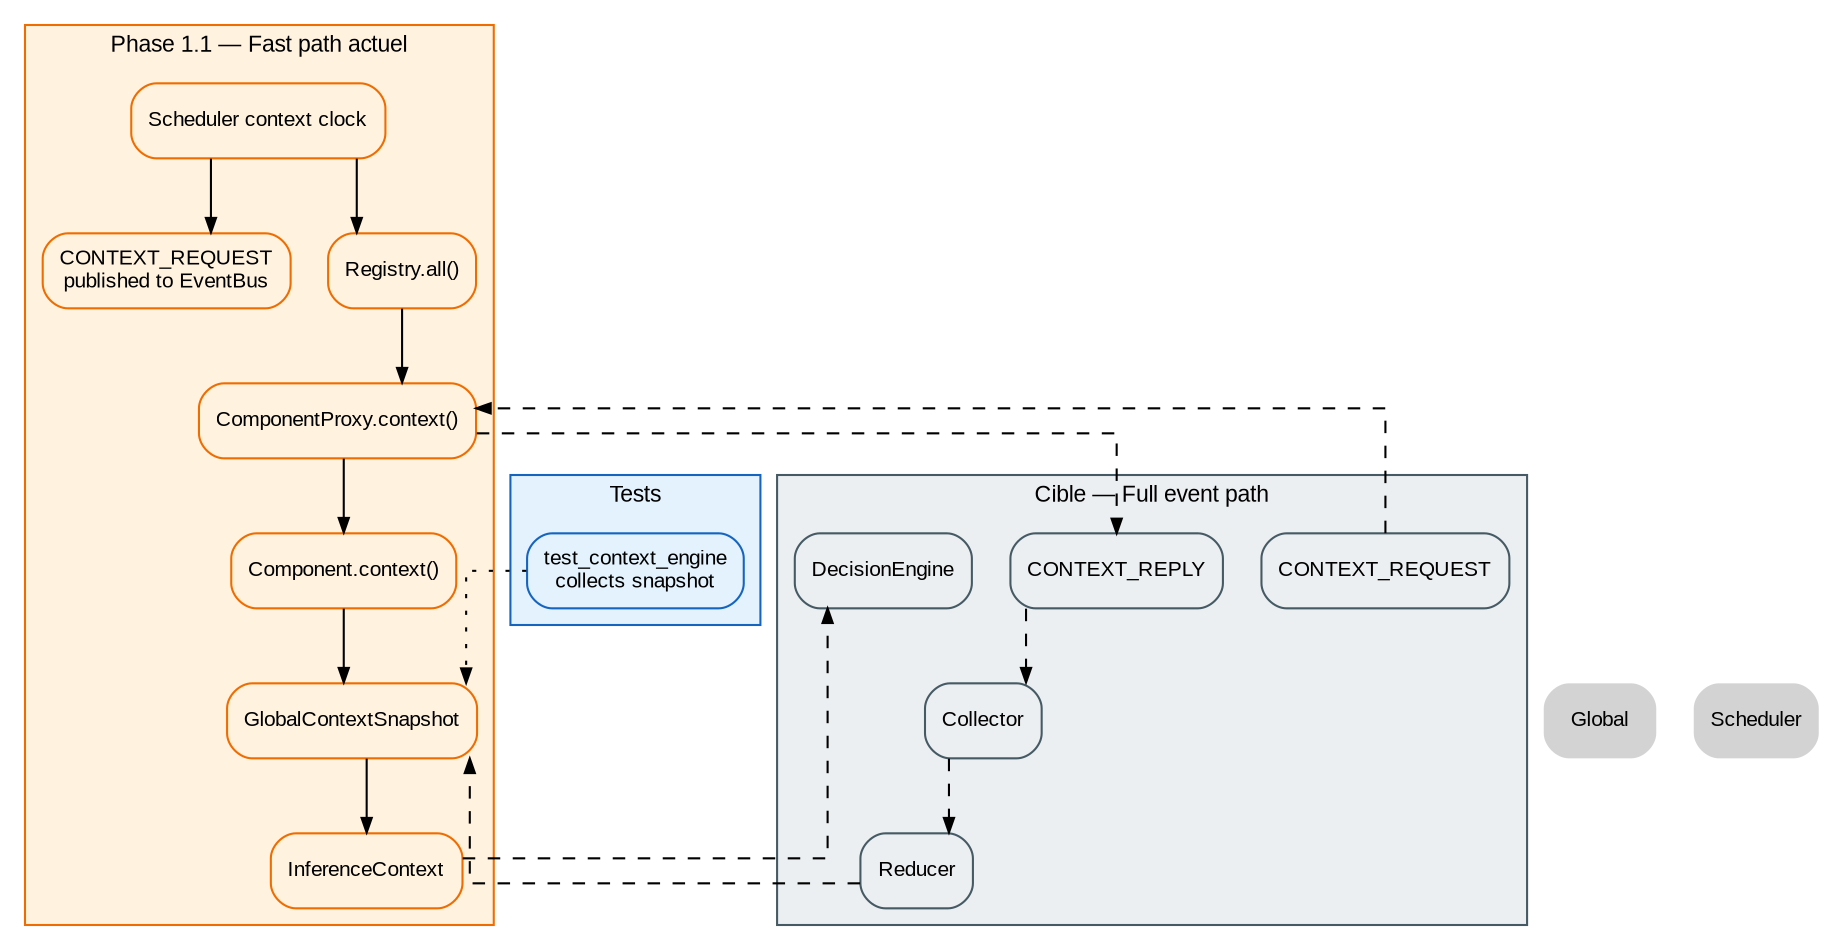
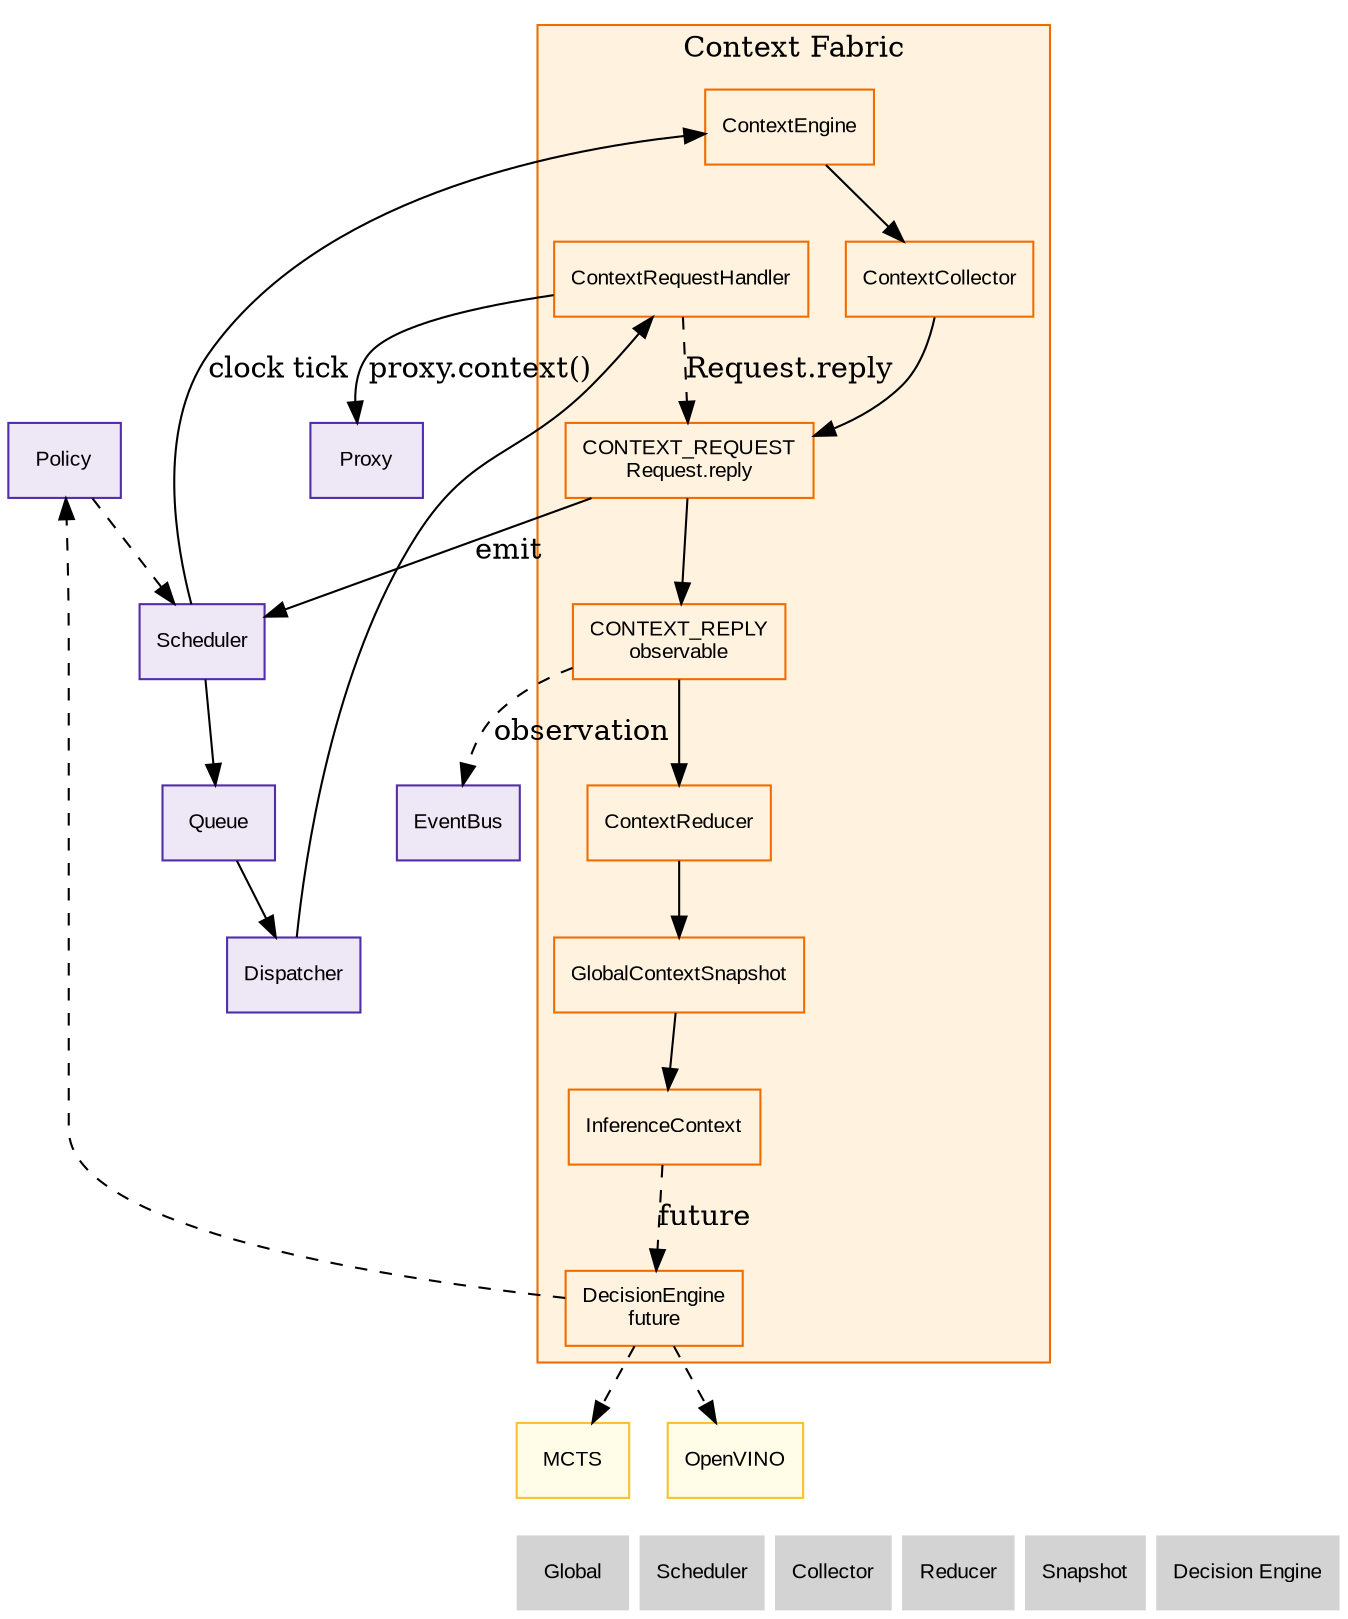
digraph Context {
    rankdir=TB;
-     splines=ortho;
-     compound=true;
+     node [shape=box, style=filled, fontname="Arial", fontsize=10];

-     graph [fontname="Arial", fontsize=11];
-     node  [shape=box, style="rounded,filled", fontname="Arial", fontsize=10];
-     edge  [fontname="Arial", fontsize=9, arrowsize=0.7];
+     // ROADMAP_NOTE[phase1_2bis]:
+     // Le fast path Registry -> proxy.context() a été remplacé par une collecte
+     // événementielle. Le ContextRequestHandler touche toujours le ComponentProxy,
+     // jamais le composant réel directement.

-     subgraph cluster_current {
-         label="Phase 1.1 — Fast path actuel";
+     subgraph cluster_context {
+         label="Context Fabric";
        color="#ef6c00";
        bgcolor="#fff3e0";
        node [fillcolor="#fff3e0", color="#ef6c00"];
-         Clock [label="Scheduler context clock"];
-         Request [label="CONTEXT_REQUEST\npublished to EventBus"];
-         Registry [label="Registry.all()"];
-         Proxy [label="ComponentProxy.context()"];
-         Component [label="Component.context()"];
-         Snapshot [label="GlobalContextSnapshot"];
-         Inference [label="InferenceContext"];
+ 
+         Engine [label="ContextEngine"];
+         Collector [label="ContextCollector", URL="collector/21_collector.svg"];
+         Request [label="CONTEXT_REQUEST\nRequest.reply"];
+         Handler [label="ContextRequestHandler"];
+         Reply [label="CONTEXT_REPLY\nobservable"];
+         Reducer [label="ContextReducer", URL="reducer/22_reducer.svg"];
+         Snapshot [label="GlobalContextSnapshot", URL="snapshot/23_snapshot.svg"];
+         Inference [label="InferenceContext", URL="snapshot/23_snapshot.svg"];
+         Decision [label="DecisionEngine\nfuture", URL="decision_engine/24_decision_engine.svg"];
    }

-     subgraph cluster_future {
-         label="Cible — Full event path";
-         color="#455a64";
-         bgcolor="#eceff1";
-         node [fillcolor="#eceff1", color="#455a64"];
-         CReq [label="CONTEXT_REQUEST"];
-         CReply [label="CONTEXT_REPLY"];
-         Collector;
-         Reducer;
-         Decision [label="DecisionEngine"];
-     }
+     Scheduler [fillcolor="#ede7f6", color="#512da8", URL="../scheduler/10_scheduler.svg"];
+     Queue [fillcolor="#ede7f6", color="#512da8", URL="../scheduler/10_scheduler.svg"];
+     Dispatcher [fillcolor="#ede7f6", color="#512da8", URL="../scheduler/10_scheduler.svg"];
+     Proxy [fillcolor="#ede7f6", color="#512da8", URL="../scheduler/component_proxy/14_component_proxy.svg"];
+     EventBus [fillcolor="#ede7f6", color="#512da8", URL="../scheduler/event_bus/12_event_bus.svg"];
+     Policy [fillcolor="#ede7f6", color="#512da8", URL="../scheduler/10_scheduler.svg"];
+     MCTS [fillcolor="#fffde7", color="#fbc02d", URL="../learning/60_learning.svg"];
+     OpenVINO [fillcolor="#fffde7", color="#fbc02d", URL="../services/30_services.svg"];

-     subgraph cluster_tests {
-         label="Tests";
-         color="#1565c0";
-         bgcolor="#e3f2fd";
-         node [fillcolor="#e3f2fd", color="#1565c0"];
-         TestContext [label="test_context_engine\ncollects snapshot"];
-     }
- 
-     Clock -> Request;
-     Clock -> Registry;
-     Registry -> Proxy;
-     Proxy -> Component;
-     Component -> Snapshot;
+     Scheduler -> Engine [label="clock tick"];
+     Engine -> Collector;
+     Collector -> Request;
+     Request -> Scheduler [label="emit"];
+     Scheduler -> Queue;
+     Queue -> Dispatcher;
+     Dispatcher -> Handler;
+     Handler -> Proxy [label="proxy.context()"];
+     Handler -> Request [label="Request.reply", style=dashed];
+     Request -> Reply;
+     Reply -> EventBus [style=dashed, label="observation"];
+     Reply -> Reducer;
+     Reducer -> Snapshot;
    Snapshot -> Inference;
- 
-     CReq -> Proxy [style=dashed];
-     Proxy -> CReply [style=dashed];
-     CReply -> Collector [style=dashed];
-     Collector -> Reducer [style=dashed];
-     Reducer -> Snapshot [style=dashed];
-     Inference -> Decision [style=dashed];
- 
-     TestContext -> Snapshot [style=dotted];
+     Inference -> Decision [style=dashed, label="future"];
+     Decision -> Policy [style=dashed];
+     Policy -> Scheduler [style=dashed];
+     Decision -> MCTS [style=dashed];
+     Decision -> OpenVINO [style=dashed];

    Nav_Global [label="Global", shape=plaintext, URL="../00_global.svg"];
    Nav_Scheduler [label="Scheduler", shape=plaintext, URL="../scheduler/10_scheduler.svg"];
-     { rank=sink; Nav_Global; Nav_Scheduler; }
+     Nav_Collector [label="Collector", shape=plaintext, URL="collector/21_collector.svg"];
+     Nav_Reducer [label="Reducer", shape=plaintext, URL="reducer/22_reducer.svg"];
+     Nav_Snapshot [label="Snapshot", shape=plaintext, URL="snapshot/23_snapshot.svg"];
+     Nav_Decision [label="Decision Engine", shape=plaintext, URL="decision_engine/24_decision_engine.svg"];
+ 
+     { rank=sink; Nav_Global; Nav_Scheduler; Nav_Collector; Nav_Reducer; Nav_Snapshot; Nav_Decision; }
}
